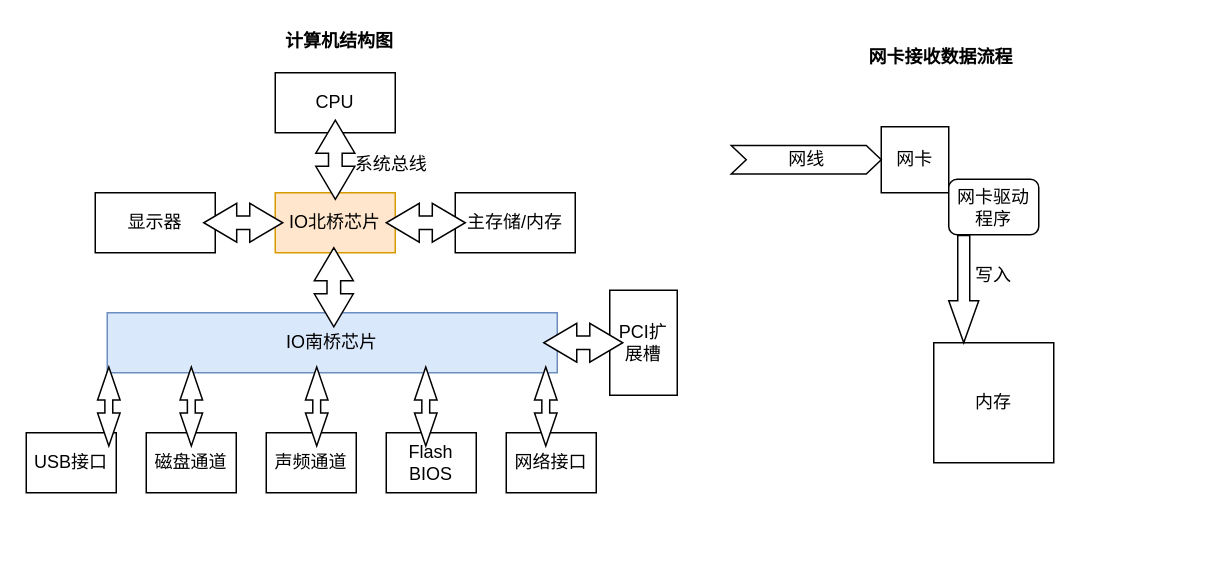
This is epoll.drawio from xuelei20/drawio, a draw.io file, before an edit. Source tidied: cells renumbered, new cells numbered last; positions are measured from the earlier drawing's top-left corner, leaving out a move shared by most shapes. Both pictures are drawn from the tidied source at 150%, with x=0, y=0 at pixel (26, 26).
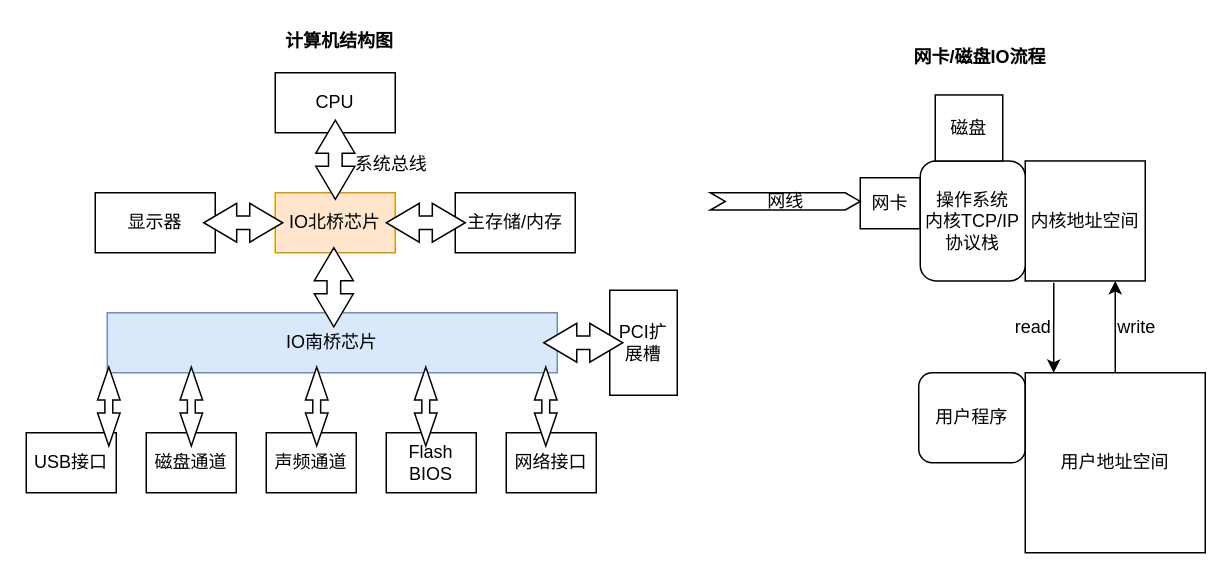
The same page after the edit.

Commit message:
网卡/磁盘IO流程

The edit, as a diff of the source:
```diff
@@
-    <mxCell id="25" value="网卡接收数据流程" style="text;html=1;strokeColor=none;fillColor=none;align=center;verticalAlign=middle;whiteSpace=wrap;rounded=0;fontStyle=1;" parent="1" vertex="1">
-      <mxGeometry x="555" y="11" width="110" height="20" as="geometry" />
+    <mxCell id="25" value="网卡/磁盘IO流程" style="text;html=1;strokeColor=none;fillColor=none;align=center;verticalAlign=middle;whiteSpace=wrap;rounded=0;fontStyle=1;" parent="1" vertex="1">
+      <mxGeometry x="581" y="11" width="110" height="20" as="geometry" />
     </mxCell>
     <mxCell id="26" value="网卡" style="rounded=0;whiteSpace=wrap;html=1;" parent="1" vertex="1">
-      <mxGeometry x="570" y="67" width="45" height="44" as="geometry" />
+      <mxGeometry x="556" y="101" width="40" height="34" as="geometry" />
     </mxCell>
     <mxCell id="27" value="网线" style="html=1;shadow=0;dashed=0;align=center;verticalAlign=middle;shape=mxgraph.arrows2.arrow;dy=0;dx=10;notch=10;" parent="1" vertex="1">
-      <mxGeometry x="470" y="79.5" width="100" height="19" as="geometry" />
+      <mxGeometry x="456" y="111" width="100" height="11.5" as="geometry" />
     </mxCell>
-    <mxCell id="28" value="内存" style="whiteSpace=wrap;html=1;" parent="1" vertex="1">
-      <mxGeometry x="605" y="211" width="80" height="80" as="geometry" />
+    <mxCell id="28" value="内核地址空间" style="whiteSpace=wrap;html=1;" parent="1" vertex="1">
+      <mxGeometry x="666" y="89.8" width="80" height="80" as="geometry" />
     </mxCell>
-    <mxCell id="29" style="html=1;shadow=0;dashed=0;align=center;verticalAlign=middle;shape=mxgraph.arrows2.arrow;dy=0.6;dx=28;direction=south;notch=0;" parent="1" vertex="1">
-      <mxGeometry x="615" y="139.5" width="20" height="71.5" as="geometry" />
-    </mxCell>
-    <mxCell id="30" value="写入" style="text;html=1;strokeColor=none;fillColor=none;align=center;verticalAlign=middle;whiteSpace=wrap;rounded=0;" parent="1" vertex="1">
-      <mxGeometry x="625" y="156" width="40" height="20" as="geometry" />
-    </mxCell>
-    <mxCell id="31" value="网卡驱动程序" style="rounded=1;whiteSpace=wrap;html=1;" parent="1" vertex="1">
-      <mxGeometry x="615" y="102" width="60" height="37" as="geometry" />
+    <mxCell id="31" value="操作系统&lt;br&gt;内核TCP/IP协议栈" style="rounded=1;whiteSpace=wrap;html=1;" parent="1" vertex="1">
+      <mxGeometry x="596" y="89.8" width="70" height="80" as="geometry" />
     </mxCell>
+    <mxCell id="32" value="磁盘" style="rounded=0;whiteSpace=wrap;html=1;" parent="1" vertex="1">
+      <mxGeometry x="606" y="45.8" width="45" height="44" as="geometry" />
+    </mxCell>
+    <mxCell id="33" value="用户程序" style="rounded=1;whiteSpace=wrap;html=1;" parent="1" vertex="1">
+      <mxGeometry x="595" y="231" width="71" height="60" as="geometry" />
+    </mxCell>
+    <mxCell id="34" value="用户地址空间" style="whiteSpace=wrap;html=1;" parent="1" vertex="1">
+      <mxGeometry x="666" y="231" width="120" height="120" as="geometry" />
+    </mxCell>
+    <mxCell id="35" style="endArrow=classic;html=1;entryX=0.158;entryY=0;entryDx=0;entryDy=0;entryPerimeter=0;" parent="1" edge="1" target="34">
+      <mxGeometry relative="1" as="geometry">
+        <mxPoint x="685" y="171" as="sourcePoint" />
+      </mxGeometry>
+    </mxCell>
+    <mxCell id="36" value="read" style="text;html=1;align=center;verticalAlign=middle;" parent="1" vertex="1">
+      <mxGeometry x="651" y="191" width="40" height="20" as="geometry" />
+    </mxCell>
+    <mxCell id="37" style="endArrow=classic;html=1;entryX=0.75;entryY=1;entryDx=0;entryDy=0;" parent="1" edge="1" source="34" target="28">
+      <mxGeometry relative="1" as="geometry" />
+    </mxCell>
+    <mxCell id="38" value="write" style="text;html=1;align=center;verticalAlign=middle;" parent="1" vertex="1">
+      <mxGeometry x="720" y="191" width="40" height="20" as="geometry" />
+    </mxCell>
```
